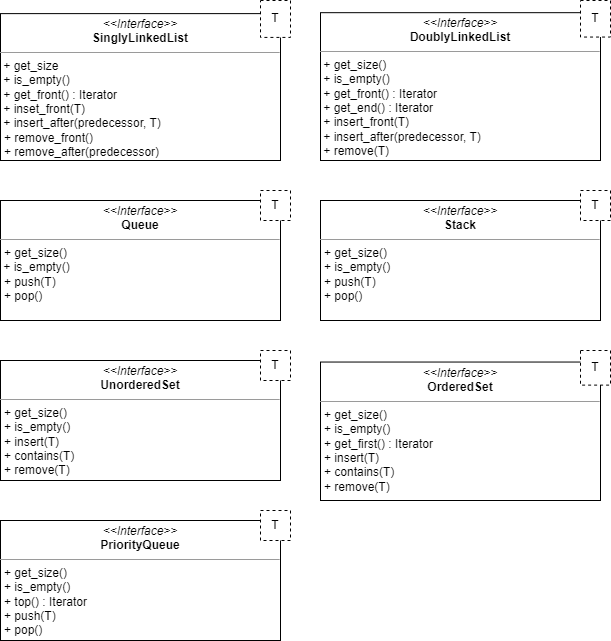
Before: docs/User Interface/user_interface.drawio.png, a diagram exported from draw.io (christiangoerdes/Data-Structures). Source tidied: cells renumbered, new cells last; positions are measured from the earlier drawing's top-left corner, leaving out a move shared by most shapes.
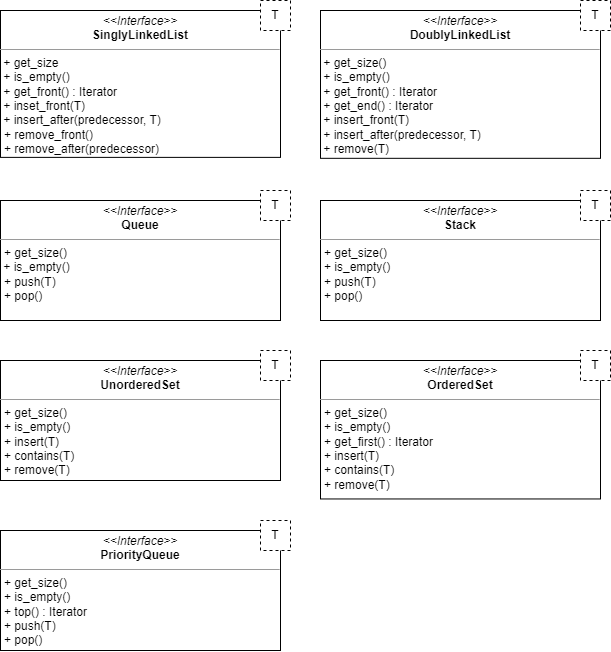
The same file after the commit.

Commit message:
updated UML diagrams

The edit, as a diff of the source:
```diff
@@ -2,15 +2,6 @@
   <root>
     <mxCell id="0" />
     <mxCell id="1" parent="0" />
-    <mxCell id="2" style="group;" parent="1" vertex="1">
-      <mxGeometry x="320" width="290" height="160" as="geometry" />
-    </mxCell>
-    <mxCell id="3" value="&lt;p style=&quot;margin:0px;margin-top:4px;text-align:center;&quot;&gt;&lt;i&gt;&amp;lt;&amp;lt;Interface&amp;gt;&amp;gt;&lt;/i&gt;&lt;br&gt;&lt;b&gt;DoublyLinkedList&lt;/b&gt;&lt;/p&gt;&lt;hr size=&quot;1&quot;&gt;&amp;nbsp;+ get_size()&amp;nbsp;&lt;br&gt;&amp;nbsp;+ is_empty()&lt;br&gt;&amp;nbsp;+ get_front() : Iterator&lt;br&gt;&amp;nbsp;+ get_end() : Iterator&lt;br&gt;&amp;nbsp;+ insert_front(T)&lt;br&gt;&lt;div&gt;&amp;nbsp;+ insert_after(predecessor, T)&lt;/div&gt;&lt;div&gt;&amp;nbsp;+ remove(T)&lt;/div&gt;" style="verticalAlign=top;align=left;overflow=fill;fontSize=12;fontFamily=Helvetica;html=1;whiteSpace=wrap;" parent="2" vertex="1">
-      <mxGeometry y="12.2" width="280" height="147.8" as="geometry" />
-    </mxCell>
-    <mxCell id="4" value="T" style="fontStyle=0;dashed=1;html=1;whiteSpace=wrap;" parent="2" vertex="1">
-      <mxGeometry x="260" width="30" height="36.6" as="geometry" />
-    </mxCell>
     <mxCell id="5" style="group;" parent="1" vertex="1">
       <mxGeometry y="190" width="290" height="130" as="geometry" />
     </mxCell>
@@ -20,17 +11,8 @@
     <mxCell id="7" value="T" style="fontStyle=0;dashed=1;html=1;whiteSpace=wrap;" parent="5" vertex="1">
       <mxGeometry x="260" width="30" height="30" as="geometry" />
     </mxCell>
-    <mxCell id="8" style="group;" parent="1" vertex="1">
-      <mxGeometry width="290" height="160" as="geometry" />
-    </mxCell>
-    <mxCell id="9" value="&lt;p style=&quot;margin:0px;margin-top:4px;text-align:center;&quot;&gt;&lt;i&gt;&amp;lt;&amp;lt;Interface&amp;gt;&amp;gt;&lt;/i&gt;&lt;br&gt;&lt;b&gt;SinglyLinkedList&lt;/b&gt;&lt;/p&gt;&lt;hr size=&quot;1&quot;&gt;&amp;nbsp;+ get_size&lt;br&gt;&amp;nbsp;+ is_empty()&amp;nbsp;&lt;br&gt;&amp;nbsp;+ get_front() : Iterator&lt;br&gt;&amp;nbsp;+ inset_front(T)&lt;br&gt;&amp;nbsp;+ insert_after(predecessor, T)&lt;b&gt;&lt;br&gt;&lt;/b&gt;&lt;p style=&quot;margin:0px;margin-left:4px;&quot;&gt;+ remove_front()&lt;/p&gt;&lt;p style=&quot;margin:0px;margin-left:4px;&quot;&gt;+ remove_after(predecessor)&lt;/p&gt;" style="verticalAlign=top;align=left;overflow=fill;fontSize=12;fontFamily=Helvetica;html=1;whiteSpace=wrap;" parent="8" vertex="1">
-      <mxGeometry y="13.1" width="280" height="146.9" as="geometry" />
-    </mxCell>
-    <mxCell id="10" value="T" style="fontStyle=0;dashed=1;html=1;whiteSpace=wrap;" parent="8" vertex="1">
-      <mxGeometry x="260" width="30" height="36.9" as="geometry" />
-    </mxCell>
     <mxCell id="11" style="group;" parent="1" vertex="1">
-      <mxGeometry y="510" width="290" height="130" as="geometry" />
+      <mxGeometry y="520" width="290" height="130" as="geometry" />
     </mxCell>
     <mxCell id="12" value="&lt;p style=&quot;margin:0px;margin-top:4px;text-align:center;&quot;&gt;&lt;i&gt;&amp;lt;&amp;lt;Interface&amp;gt;&amp;gt;&lt;/i&gt;&lt;br&gt;&lt;b&gt;PriorityQueue&lt;/b&gt;&lt;/p&gt;&lt;hr size=&quot;1&quot;&gt;&lt;p style=&quot;margin:0px;margin-left:4px;&quot;&gt;+ get_size()&amp;nbsp;&lt;/p&gt;&lt;p style=&quot;margin:0px;margin-left:4px;&quot;&gt;+ is_empty()&lt;/p&gt;&lt;p style=&quot;margin:0px;margin-left:4px;&quot;&gt;&lt;span style=&quot;background-color: initial;&quot;&gt;+ top() : Iterator&lt;/span&gt;&lt;/p&gt;&lt;p style=&quot;margin:0px;margin-left:4px;&quot;&gt;+ push(T)&lt;/p&gt;&lt;p style=&quot;margin:0px;margin-left:4px;&quot;&gt;+ pop()&lt;/p&gt;" style="verticalAlign=top;align=left;overflow=fill;fontSize=12;fontFamily=Helvetica;html=1;whiteSpace=wrap;" parent="11" vertex="1">
       <mxGeometry y="10" width="280" height="120" as="geometry" />
@@ -47,23 +29,29 @@
     <mxCell id="16" value="T" style="fontStyle=0;dashed=1;html=1;whiteSpace=wrap;" parent="14" vertex="1">
       <mxGeometry x="260" width="30" height="30" as="geometry" />
     </mxCell>
-    <mxCell id="17" style="group;" parent="1" vertex="1">
-      <mxGeometry y="350" width="290" height="130" as="geometry" />
-    </mxCell>
+    <mxCell id="21" value="&lt;p style=&quot;margin:0px;margin-top:4px;text-align:center;&quot;&gt;&lt;i&gt;&amp;lt;&amp;lt;Interface&amp;gt;&amp;gt;&lt;/i&gt;&lt;br&gt;&lt;b&gt;OrderedSet&lt;/b&gt;&lt;/p&gt;&lt;hr size=&quot;1&quot;&gt;&lt;p style=&quot;margin:0px;margin-left:4px;&quot;&gt;+ get_size()&amp;nbsp;&lt;/p&gt;&lt;p style=&quot;margin:0px;margin-left:4px;&quot;&gt;+ is_empty()&lt;br&gt;&lt;/p&gt;&lt;p style=&quot;margin:0px;margin-left:4px;&quot;&gt;+ get_first() : Iterator&lt;/p&gt;&lt;p style=&quot;margin:0px;margin-left:4px;&quot;&gt;+ insert(T)&lt;/p&gt;&lt;p style=&quot;margin:0px;margin-left:4px;&quot;&gt;+ contains(T)&lt;/p&gt;&lt;p style=&quot;margin:0px;margin-left:4px;&quot;&gt;+ remove(T)&lt;/p&gt;" style="verticalAlign=top;align=left;overflow=fill;fontSize=12;fontFamily=Helvetica;html=1;whiteSpace=wrap;" parent="1" vertex="1">
+      <mxGeometry x="320" y="360" width="280" height="138.5" as="geometry" />
+    </mxCell>
+    <mxCell id="3" value="&lt;p style=&quot;margin:0px;margin-top:4px;text-align:center;&quot;&gt;&lt;i&gt;&amp;lt;&amp;lt;Interface&amp;gt;&amp;gt;&lt;/i&gt;&lt;br&gt;&lt;b&gt;DoublyLinkedList&lt;/b&gt;&lt;/p&gt;&lt;hr size=&quot;1&quot;&gt;&amp;nbsp;+ get_size()&amp;nbsp;&lt;br&gt;&amp;nbsp;+ is_empty()&lt;br&gt;&amp;nbsp;+ get_front() : Iterator&lt;br&gt;&amp;nbsp;+ get_end() : Iterator&lt;br&gt;&amp;nbsp;+ insert_front(T)&lt;br&gt;&lt;div&gt;&amp;nbsp;+ insert_after(predecessor, T)&lt;/div&gt;&lt;div&gt;&amp;nbsp;+ remove(T)&lt;/div&gt;" style="verticalAlign=top;align=left;overflow=fill;fontSize=12;fontFamily=Helvetica;html=1;whiteSpace=wrap;" parent="1" vertex="1">
+      <mxGeometry x="320" y="10" width="280" height="147.8" as="geometry" />
+    </mxCell>
+    <mxCell id="9" value="&lt;p style=&quot;margin:0px;margin-top:4px;text-align:center;&quot;&gt;&lt;i&gt;&amp;lt;&amp;lt;Interface&amp;gt;&amp;gt;&lt;/i&gt;&lt;br&gt;&lt;b&gt;SinglyLinkedList&lt;/b&gt;&lt;/p&gt;&lt;hr size=&quot;1&quot;&gt;&amp;nbsp;+ get_size&lt;br&gt;&amp;nbsp;+ is_empty()&amp;nbsp;&lt;br&gt;&amp;nbsp;+ get_front() : Iterator&lt;br&gt;&amp;nbsp;+ inset_front(T)&lt;br&gt;&amp;nbsp;+ insert_after(predecessor, T)&lt;b&gt;&lt;br&gt;&lt;/b&gt;&lt;p style=&quot;margin:0px;margin-left:4px;&quot;&gt;+ remove_front()&lt;/p&gt;&lt;p style=&quot;margin:0px;margin-left:4px;&quot;&gt;+ remove_after(predecessor)&lt;/p&gt;" style="verticalAlign=top;align=left;overflow=fill;fontSize=12;fontFamily=Helvetica;html=1;whiteSpace=wrap;" parent="1" vertex="1">
+      <mxGeometry y="10" width="280" height="146.9" as="geometry" />
+    </mxCell>
-    <mxCell id="18" value="&lt;p style=&quot;margin:0px;margin-top:4px;text-align:center;&quot;&gt;&lt;i&gt;&amp;lt;&amp;lt;Interface&amp;gt;&amp;gt;&lt;/i&gt;&lt;br&gt;&lt;b&gt;UnorderedSet&lt;/b&gt;&lt;/p&gt;&lt;hr size=&quot;1&quot;&gt;&lt;p style=&quot;margin:0px;margin-left:4px;&quot;&gt;+ get_size()&amp;nbsp;&lt;/p&gt;&lt;p style=&quot;margin:0px;margin-left:4px;&quot;&gt;+ is_empty()&lt;br&gt;&lt;/p&gt;&lt;p style=&quot;margin:0px;margin-left:4px;&quot;&gt;+ insert(T)&lt;/p&gt;&lt;p style=&quot;margin:0px;margin-left:4px;&quot;&gt;+ contains(T)&lt;/p&gt;&lt;p style=&quot;margin:0px;margin-left:4px;&quot;&gt;+ remove(T)&lt;/p&gt;" style="verticalAlign=top;align=left;overflow=fill;fontSize=12;fontFamily=Helvetica;html=1;whiteSpace=wrap;" parent="17" vertex="1">
-      <mxGeometry y="10" width="280" height="120" as="geometry" />
+    <mxCell id="18" value="&lt;p style=&quot;margin:0px;margin-top:4px;text-align:center;&quot;&gt;&lt;i&gt;&amp;lt;&amp;lt;Interface&amp;gt;&amp;gt;&lt;/i&gt;&lt;br&gt;&lt;b&gt;UnorderedSet&lt;/b&gt;&lt;/p&gt;&lt;hr size=&quot;1&quot;&gt;&lt;p style=&quot;margin:0px;margin-left:4px;&quot;&gt;+ get_size()&amp;nbsp;&lt;/p&gt;&lt;p style=&quot;margin:0px;margin-left:4px;&quot;&gt;+ is_empty()&lt;br&gt;&lt;/p&gt;&lt;p style=&quot;margin:0px;margin-left:4px;&quot;&gt;+ insert(T)&lt;/p&gt;&lt;p style=&quot;margin:0px;margin-left:4px;&quot;&gt;+ contains(T)&lt;/p&gt;&lt;p style=&quot;margin:0px;margin-left:4px;&quot;&gt;+ remove(T)&lt;/p&gt;" style="verticalAlign=top;align=left;overflow=fill;fontSize=12;fontFamily=Helvetica;html=1;whiteSpace=wrap;" parent="1" vertex="1">
+      <mxGeometry y="360" width="280" height="120" as="geometry" />
     </mxCell>
-    <mxCell id="19" value="T" style="fontStyle=0;dashed=1;html=1;whiteSpace=wrap;" parent="17" vertex="1">
-      <mxGeometry x="260" width="30" height="30" as="geometry" />
-    </mxCell>
-    <mxCell id="20" style="group;" parent="1" vertex="1">
-      <mxGeometry x="320" y="350" width="290" height="150" as="geometry" />
-    </mxCell>
-    <mxCell id="21" value="&lt;p style=&quot;margin:0px;margin-top:4px;text-align:center;&quot;&gt;&lt;i&gt;&amp;lt;&amp;lt;Interface&amp;gt;&amp;gt;&lt;/i&gt;&lt;br&gt;&lt;b&gt;OrderedSet&lt;/b&gt;&lt;/p&gt;&lt;hr size=&quot;1&quot;&gt;&lt;p style=&quot;margin:0px;margin-left:4px;&quot;&gt;+ get_size()&amp;nbsp;&lt;/p&gt;&lt;p style=&quot;margin:0px;margin-left:4px;&quot;&gt;+ is_empty()&lt;br&gt;&lt;/p&gt;&lt;p style=&quot;margin:0px;margin-left:4px;&quot;&gt;+ get_first() : Iterator&lt;/p&gt;&lt;p style=&quot;margin:0px;margin-left:4px;&quot;&gt;+ insert(T)&lt;/p&gt;&lt;p style=&quot;margin:0px;margin-left:4px;&quot;&gt;+ contains(T)&lt;/p&gt;&lt;p style=&quot;margin:0px;margin-left:4px;&quot;&gt;+ remove(T)&lt;/p&gt;" style="verticalAlign=top;align=left;overflow=fill;fontSize=12;fontFamily=Helvetica;html=1;whiteSpace=wrap;" parent="20" vertex="1">
-      <mxGeometry y="11.5" width="280" height="138.5" as="geometry" />
-    </mxCell>
-    <mxCell id="22" value="T" style="fontStyle=0;dashed=1;html=1;whiteSpace=wrap;" parent="20" vertex="1">
-      <mxGeometry x="260" width="30" height="34.6" as="geometry" />
-    </mxCell>
+    <mxCell id="23" value="T" style="fontStyle=0;dashed=1;html=1;whiteSpace=wrap;" parent="1" vertex="1">
+      <mxGeometry x="580" y="350" width="30" height="30" as="geometry" />
+    </mxCell>
+    <mxCell id="24" value="T" style="fontStyle=0;dashed=1;html=1;whiteSpace=wrap;" parent="1" vertex="1">
+      <mxGeometry x="260" y="350" width="30" height="30" as="geometry" />
+    </mxCell>
+    <mxCell id="25" value="T" style="fontStyle=0;dashed=1;html=1;whiteSpace=wrap;" parent="1" vertex="1">
+      <mxGeometry x="580" width="30" height="30" as="geometry" />
+    </mxCell>
+    <mxCell id="26" value="T" style="fontStyle=0;dashed=1;html=1;whiteSpace=wrap;" parent="1" vertex="1">
+      <mxGeometry x="260" width="30" height="30" as="geometry" />
+    </mxCell>
   </root>
 </mxGraphModel>
```
